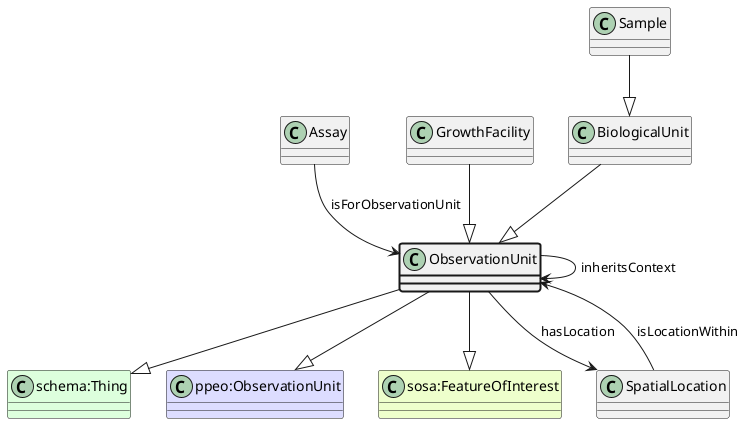
This is ttl_uml/ttl_appn_ObservationUnit.png from aus-plant-phenomics-network/appn-schema, a PlantUML export, as it was before one commit.
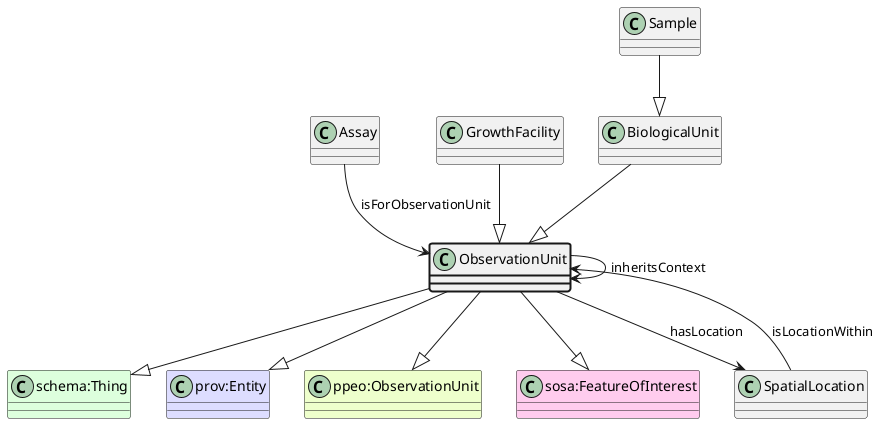
Above is the later version.

Diff of the diagram source:
```diff
@@ -2,9 +2,11 @@
 class ObservationUnit  #line.bold
 class "schema:Thing" #DDFFDD
 ObservationUnit --|> "schema:Thing"
-class "ppeo:ObservationUnit" #DDDDFF
+class "prov:Entity" #DDDDFF
+ObservationUnit --|> "prov:Entity"
+class "ppeo:ObservationUnit" #EEFFCC
 ObservationUnit --|> "ppeo:ObservationUnit"
-class "sosa:FeatureOfInterest" #EEFFCC
+class "sosa:FeatureOfInterest" #FFCCEE
 ObservationUnit --|> "sosa:FeatureOfInterest"
 class Assay
 Assay --> ObservationUnit : isForObservationUnit
```
